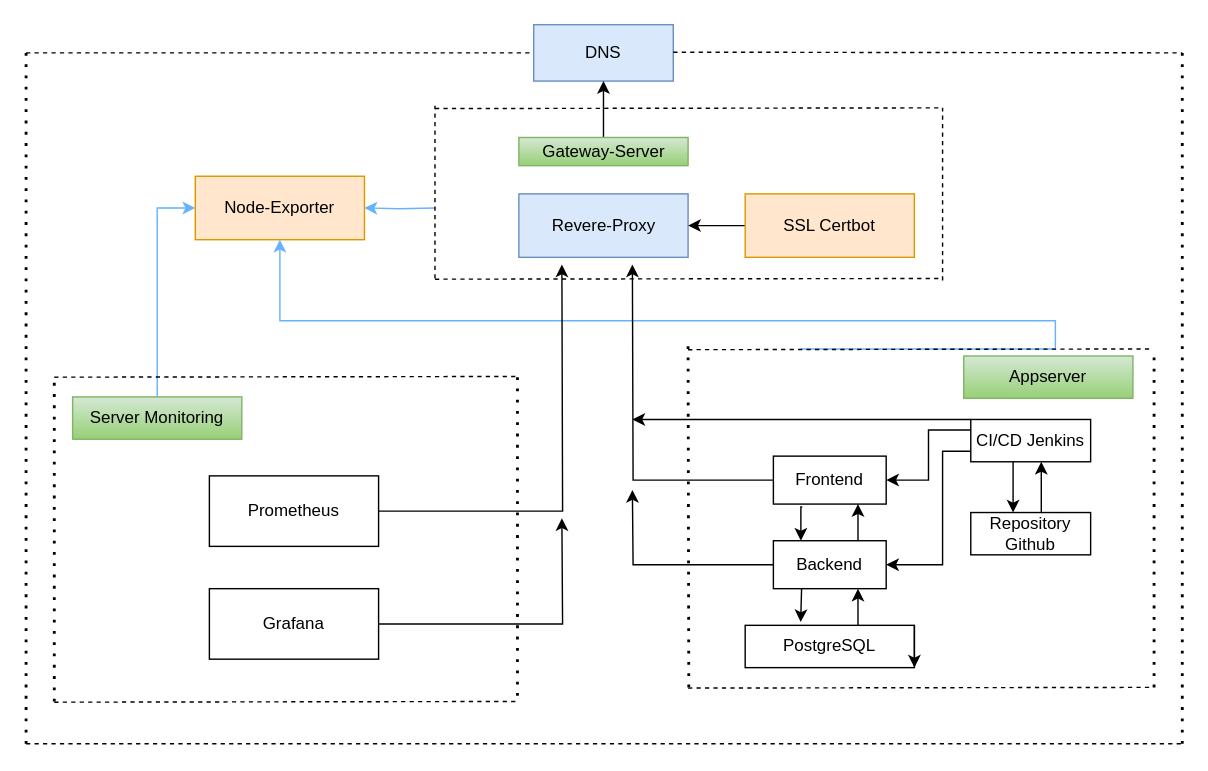
Before: Diagram Tanpa Judul.drawio in MuhSatriyo/devops17-finaltask-MuhSatriyo, a draw.io diagram. Source tidied: cells renumbered, new cells numbered last; positions are measured from the earlier drawing's top-left corner, leaving out a move shared by most shapes. Both pictures are drawn from the tidied source at 141%, with x=0, y=0 at pixel (25, 24).
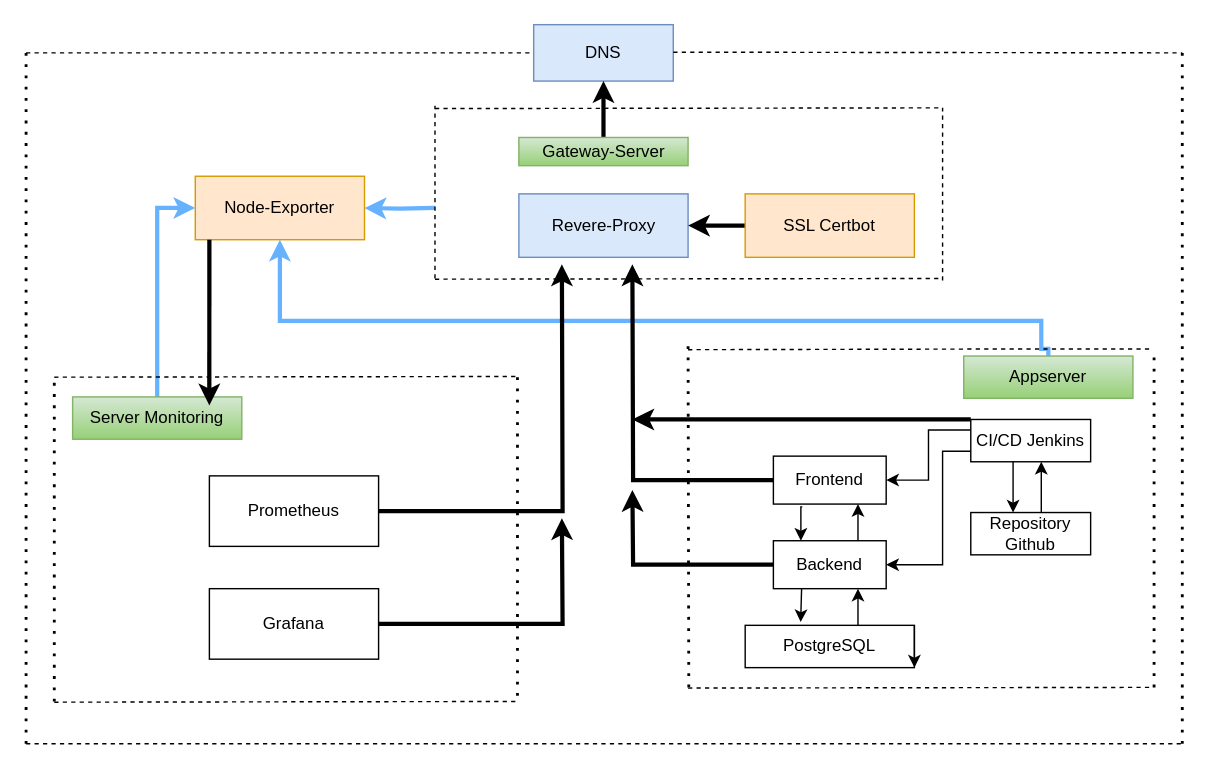
The same diagram, later.

The change refers to these unchanged cells:
```xml
<mxCell id="2" value="DNS" style="rounded=0;whiteSpace=wrap;html=1;fillColor=#dae8fc;strokeColor=#6c8ebf;" parent="1" vertex="1">
  <mxGeometry x="360" width="99" height="40" as="geometry" />
</mxCell>
<mxCell id="6" value="Revere-Proxy" style="rounded=0;whiteSpace=wrap;html=1;fillColor=#dae8fc;strokeColor=#6c8ebf;" parent="1" vertex="1">
  <mxGeometry x="349.5" y="120" width="120" height="45" as="geometry" />
</mxCell>
<mxCell id="7" value="Node-Exporter" style="rounded=0;whiteSpace=wrap;html=1;fillColor=#ffe6cc;strokeColor=#d79b00;" parent="1" vertex="1">
  <mxGeometry x="120" y="107.5" width="120" height="45" as="geometry" />
</mxCell>
<mxCell id="9" value="SSL Certbot" style="rounded=0;whiteSpace=wrap;html=1;fillColor=#ffe6cc;strokeColor=#d79b00;" parent="1" vertex="1">
  <mxGeometry x="510" y="120" width="120" height="45" as="geometry" />
</mxCell>
<mxCell id="11" value="Gateway-Server" style="rounded=0;whiteSpace=wrap;html=1;fillColor=#d5e8d4;gradientColor=#97d077;strokeColor=#82b366;" parent="1" vertex="1">
  <mxGeometry x="349.5" y="80" width="120" height="20" as="geometry" />
</mxCell>
<mxCell id="14" value="Server Monitoring" style="rounded=0;whiteSpace=wrap;html=1;fillColor=#d5e8d4;strokeColor=#82b366;gradientColor=#97d077;" parent="1" vertex="1">
  <mxGeometry x="33" y="264" width="120" height="30" as="geometry" />
</mxCell>
<mxCell id="15" value="Appserver" style="rounded=0;whiteSpace=wrap;html=1;fillColor=#d5e8d4;gradientColor=#97d077;strokeColor=#82b366;" parent="1" vertex="1">
  <mxGeometry x="665" y="235" width="120" height="30" as="geometry" />
</mxCell>
<mxCell id="17" value="Prometheus" style="rounded=0;whiteSpace=wrap;html=1;" parent="1" vertex="1">
  <mxGeometry x="130" y="320" width="120" height="50" as="geometry" />
</mxCell>
<mxCell id="19" value="Grafana" style="rounded=0;whiteSpace=wrap;html=1;" parent="1" vertex="1">
  <mxGeometry x="130" y="400" width="120" height="50" as="geometry" />
</mxCell>
<mxCell id="37" value="Frontend" style="rounded=0;whiteSpace=wrap;html=1;" parent="1" vertex="1">
  <mxGeometry x="530" y="306" width="80" height="34" as="geometry" />
</mxCell>
<mxCell id="40" value="Backend" style="rounded=0;whiteSpace=wrap;html=1;" parent="1" vertex="1">
  <mxGeometry x="530" y="366" width="80" height="34" as="geometry" />
</mxCell>
```

What changed in the source:
```diff
@@
-    <mxCell id="5" style="edgeStyle=orthogonalEdgeStyle;rounded=0;jettySize=auto;html=1;entryX=1;entryY=0.5;entryDx=0;entryDy=0;strokeColor=#66B2FF;" parent="1" edge="1" target="7">
+    <mxCell id="5" style="edgeStyle=orthogonalEdgeStyle;rounded=0;jettySize=auto;html=1;entryX=1;entryY=0.5;entryDx=0;entryDy=0;strokeColor=#66B2FF;strokeWidth=3;" parent="1" edge="1" target="7">
       <mxGeometry relative="1" as="geometry">
         <mxPoint x="290" y="130" as="sourcePoint" />
       </mxGeometry>
     </mxCell>
@@
-    <mxCell id="8" style="edgeStyle=orthogonalEdgeStyle;rounded=0;jettySize=auto;html=1;exitX=0;exitY=0.5;exitDx=0;exitDy=0;entryX=1;entryY=0.5;entryDx=0;entryDy=0;" parent="1" edge="1" source="9" target="6">
+    <mxCell id="8" style="edgeStyle=orthogonalEdgeStyle;rounded=0;jettySize=auto;html=1;exitX=0;exitY=0.5;exitDx=0;exitDy=0;entryX=1;entryY=0.5;entryDx=0;entryDy=0;strokeWidth=3;" parent="1" edge="1" source="9" target="6">
       <mxGeometry relative="1" as="geometry" />
     </mxCell>
@@
-    <mxCell id="10" style="edgeStyle=orthogonalEdgeStyle;rounded=0;jettySize=auto;html=1;exitX=0.5;exitY=0;exitDx=0;exitDy=0;entryX=0.5;entryY=1;entryDx=0;entryDy=0;" parent="1" edge="1" source="11" target="2">
+    <mxCell id="10" style="edgeStyle=orthogonalEdgeStyle;rounded=0;jettySize=auto;html=1;exitX=0.5;exitY=0;exitDx=0;exitDy=0;entryX=0.5;entryY=1;entryDx=0;entryDy=0;strokeWidth=3;" parent="1" edge="1" source="11" target="2">
       <mxGeometry relative="1" as="geometry" />
     </mxCell>
@@
-    <mxCell id="12" style="edgeStyle=orthogonalEdgeStyle;rounded=0;jettySize=auto;html=1;exitX=0.25;exitY=0;exitDx=0;exitDy=0;entryX=0.5;entryY=1;entryDx=0;entryDy=0;strokeColor=#66B2FF;" parent="1" edge="1" target="7">
+    <mxCell id="12" style="edgeStyle=orthogonalEdgeStyle;rounded=0;jettySize=auto;html=1;exitX=0.5;exitY=0;exitDx=0;exitDy=0;entryX=0.5;entryY=1;entryDx=0;entryDy=0;strokeColor=#66B2FF;strokeWidth=3;" parent="1" edge="1" source="15" target="7">
       <mxGeometry relative="1" as="geometry">
-        <mxPoint x="549.5" y="230" as="sourcePoint" />
         <Array as="points">
-          <mxPoint x="730" y="230" />
-          <mxPoint x="730" y="210" />
+          <mxPoint x="725" y="230" />
+          <mxPoint x="720" y="230" />
+          <mxPoint x="720" y="210" />
           <mxPoint x="180" y="210" />
         </Array>
       </mxGeometry>
     </mxCell>
-    <mxCell id="13" style="edgeStyle=orthogonalEdgeStyle;rounded=0;jettySize=auto;html=1;entryX=0;entryY=0.5;entryDx=0;entryDy=0;strokeColor=#66B2FF;" parent="1" edge="1" source="14" target="7">
+    <mxCell id="13" style="edgeStyle=orthogonalEdgeStyle;rounded=0;jettySize=auto;html=1;entryX=0;entryY=0.5;entryDx=0;entryDy=0;strokeColor=#66B2FF;strokeWidth=3;" parent="1" edge="1" source="14" target="7">
       <mxGeometry relative="1" as="geometry" />
     </mxCell>
@@
-    <mxCell id="16" style="edgeStyle=orthogonalEdgeStyle;rounded=0;jettySize=auto;html=1;exitX=1;exitY=0.5;exitDx=0;exitDy=0;" parent="1" edge="1" source="17">
+    <mxCell id="16" style="edgeStyle=orthogonalEdgeStyle;rounded=0;jettySize=auto;html=1;exitX=1;exitY=0.5;exitDx=0;exitDy=0;strokeWidth=3;" parent="1" edge="1" source="17">
       <mxGeometry relative="1" as="geometry">
         <mxPoint x="380" y="170" as="targetPoint" />
       </mxGeometry>
     </mxCell>
@@
-    <mxCell id="18" style="edgeStyle=orthogonalEdgeStyle;rounded=0;jettySize=auto;html=1;exitX=1;exitY=0.5;exitDx=0;exitDy=0;" parent="1" edge="1" source="19">
+    <mxCell id="18" style="edgeStyle=orthogonalEdgeStyle;rounded=0;jettySize=auto;html=1;exitX=1;exitY=0.5;exitDx=0;exitDy=0;strokeWidth=3;" parent="1" edge="1" source="19">
       <mxGeometry relative="1" as="geometry">
         <mxPoint x="380" y="350" as="targetPoint" />
       </mxGeometry>
     </mxCell>
@@
     <mxCell id="21" style="endArrow=none;dashed=1;html=1;rounded=0;" parent="1" edge="1">
       <mxGeometry relative="1" as="geometry">
         <mxPoint x="469.5" y="230.5" as="sourcePoint" />
         <mxPoint x="799" y="230" as="targetPoint" />
+        <Array as="points">
+          <mxPoint x="700" y="230" />
+        </Array>
       </mxGeometry>
     </mxCell>
@@
-    <mxCell id="36" style="edgeStyle=orthogonalEdgeStyle;rounded=0;jettySize=auto;html=1;exitX=0;exitY=0.5;exitDx=0;exitDy=0;" parent="1" edge="1" source="37">
+    <mxCell id="36" style="edgeStyle=orthogonalEdgeStyle;rounded=0;jettySize=auto;html=1;exitX=0;exitY=0.5;exitDx=0;exitDy=0;strokeWidth=3;" parent="1" edge="1" source="37">
       <mxGeometry relative="1" as="geometry">
         <mxPoint x="430" y="170" as="targetPoint" />
       </mxGeometry>
     </mxCell>
@@
-    <mxCell id="39" style="edgeStyle=orthogonalEdgeStyle;rounded=0;jettySize=auto;html=1;exitX=0;exitY=0.5;exitDx=0;exitDy=0;" parent="1" edge="1" source="40">
+    <mxCell id="39" style="edgeStyle=orthogonalEdgeStyle;rounded=0;jettySize=auto;html=1;exitX=0;exitY=0.5;exitDx=0;exitDy=0;strokeWidth=3;" parent="1" edge="1" source="40">
       <mxGeometry relative="1" as="geometry">
         <mxPoint x="430" y="330" as="targetPoint" />
       </mxGeometry>
     </mxCell>
@@
-    <mxCell id="48" style="endArrow=classic;html=1;rounded=0;" parent="1" edge="1">
+    <mxCell id="48" style="endArrow=classic;html=1;rounded=0;strokeWidth=3;" parent="1" edge="1">
       <mxGeometry relative="1" as="geometry">
         <mxPoint x="670" y="280" as="sourcePoint" />
         <mxPoint x="430" y="280" as="targetPoint" />
       </mxGeometry>
     </mxCell>
@@
+    <mxCell id="52" style="endArrow=classic;html=1;rounded=0;entryX=0.808;entryY=0.2;entryDx=0;entryDy=0;entryPerimeter=0;strokeWidth=3;" parent="1" edge="1" target="14">
+      <mxGeometry relative="1" as="geometry">
+        <mxPoint x="130" y="152.5" as="sourcePoint" />
+      </mxGeometry>
+    </mxCell>
```
